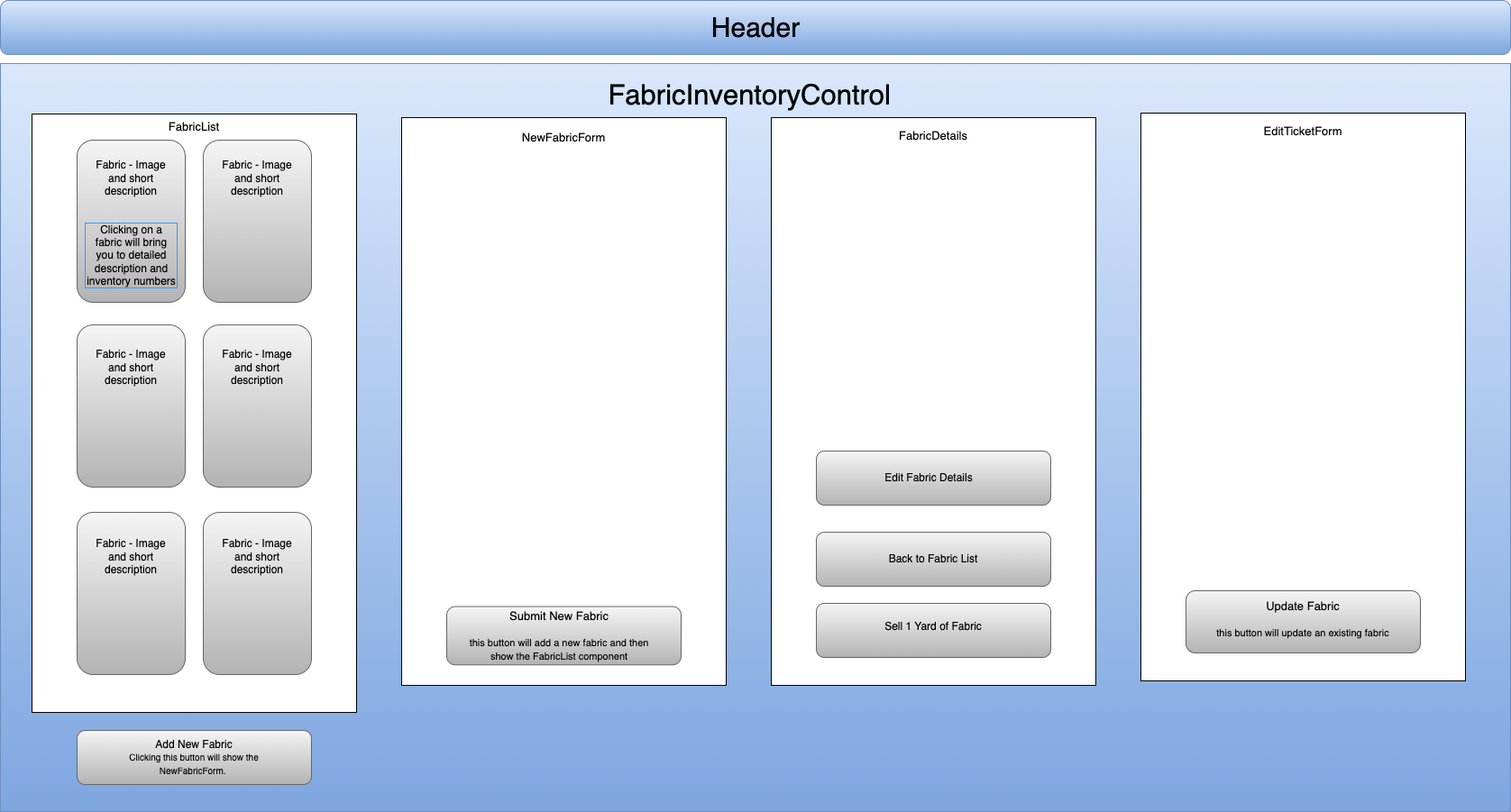
The draw.io diagram src/img/FabricStore.drawio.png in SuzSch/Fabric-Store, before a commit. Source tidied: cells renumbered, new cells last; positions are measured from the earlier drawing's top-left corner, leaving out a move shared by most shapes.
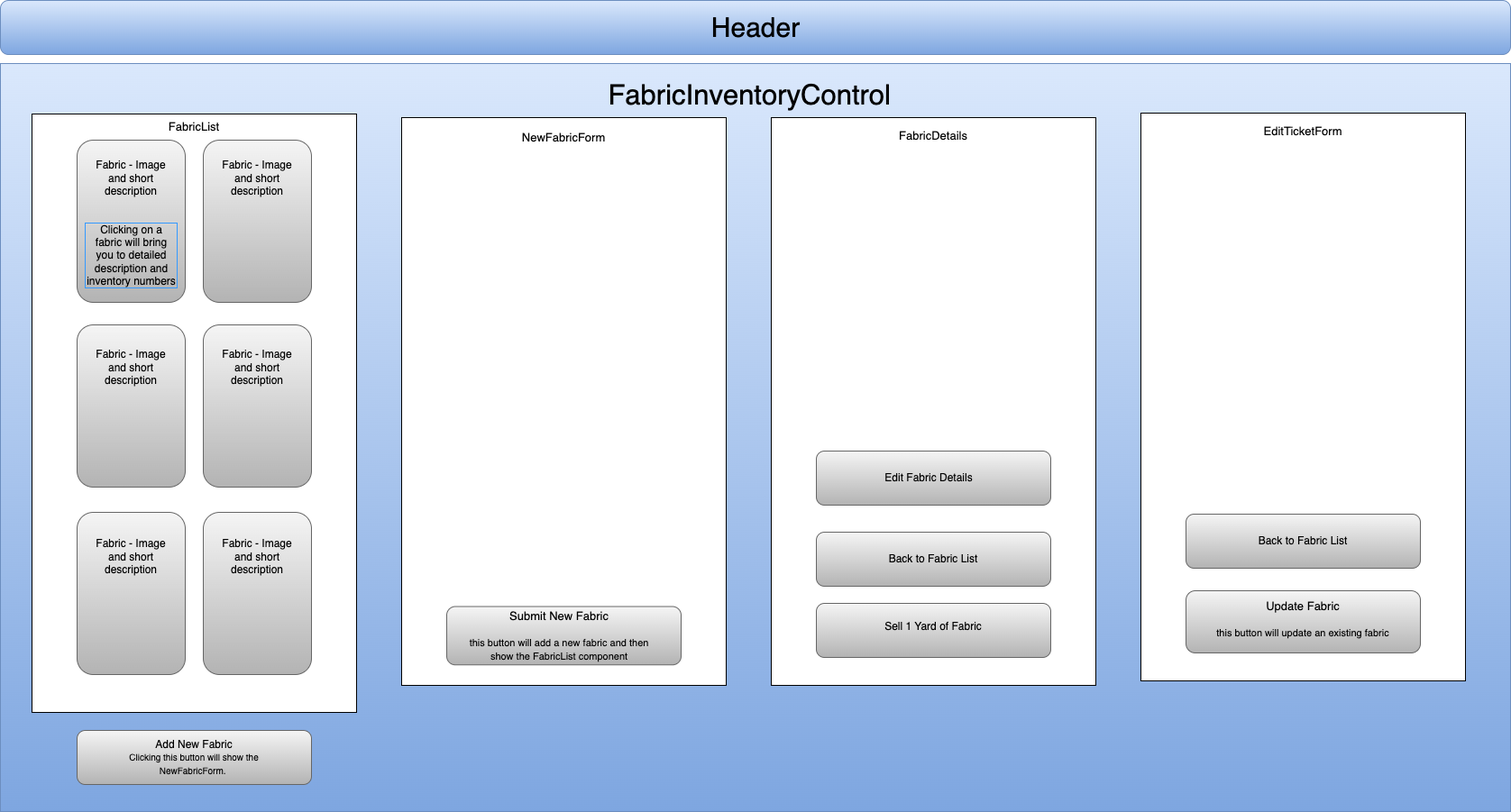
The same diagram one commit later.

Diff of the diagram source:
```diff
@@ -134,5 +134,11 @@
     <mxCell id="45" value="&lt;font style=&quot;&quot;&gt;&lt;span style=&quot;font-size: 13px;&quot;&gt;Update Fabric&lt;br&gt;&lt;/span&gt;&lt;br style=&quot;&quot;&gt;&lt;font style=&quot;font-size: 11px;&quot;&gt;this button will update an existing fabric&lt;/font&gt;&lt;/font&gt;" style="text;html=1;strokeColor=none;fillColor=none;align=center;verticalAlign=middle;whiteSpace=wrap;rounded=0;" parent="41" vertex="1">
       <mxGeometry x="75" y="543.5" width="210" height="37" as="geometry" />
     </mxCell>
+    <mxCell id="46" style="rounded=1;whiteSpace=wrap;html=1;fillColor=#f5f5f5;gradientColor=#b3b3b3;strokeColor=#666666;" parent="41" vertex="1">
+      <mxGeometry x="50" y="445" width="260" height="60" as="geometry" />
+    </mxCell>
+    <mxCell id="47" value="Back to Fabric List" style="text;html=1;strokeColor=none;fillColor=none;align=center;verticalAlign=middle;whiteSpace=wrap;rounded=0;" parent="41" vertex="1">
+      <mxGeometry x="75" y="460" width="210" height="30" as="geometry" />
+    </mxCell>
   </root>
 </mxGraphModel>
```
